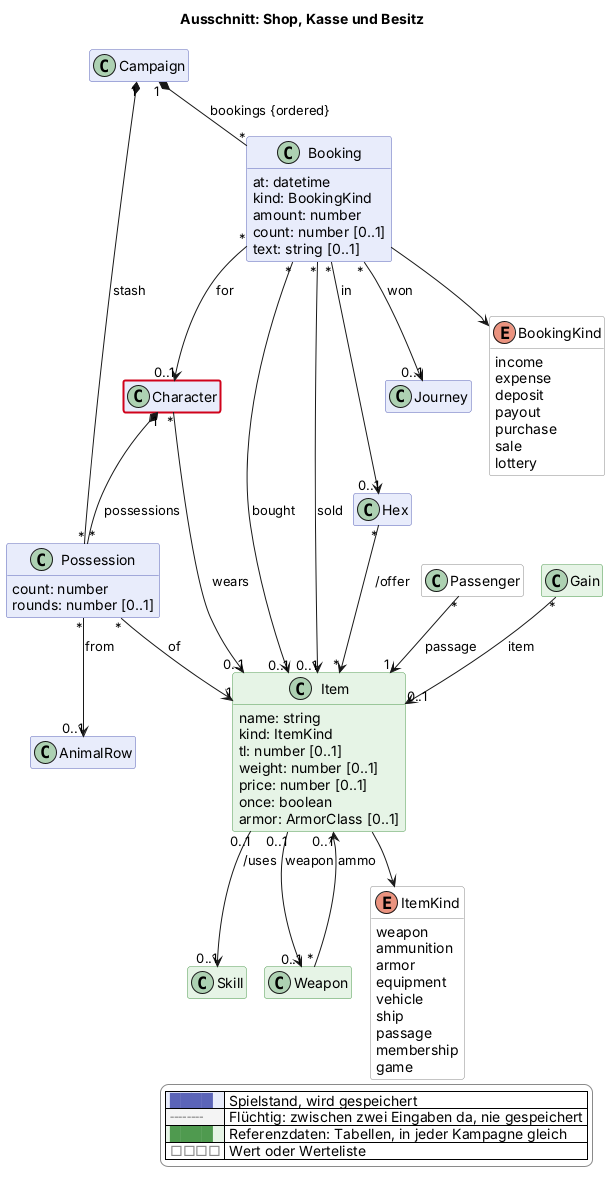
Before: docs/views/shop.png, a diagram exported from PlantUML (scuzzar/SRE).
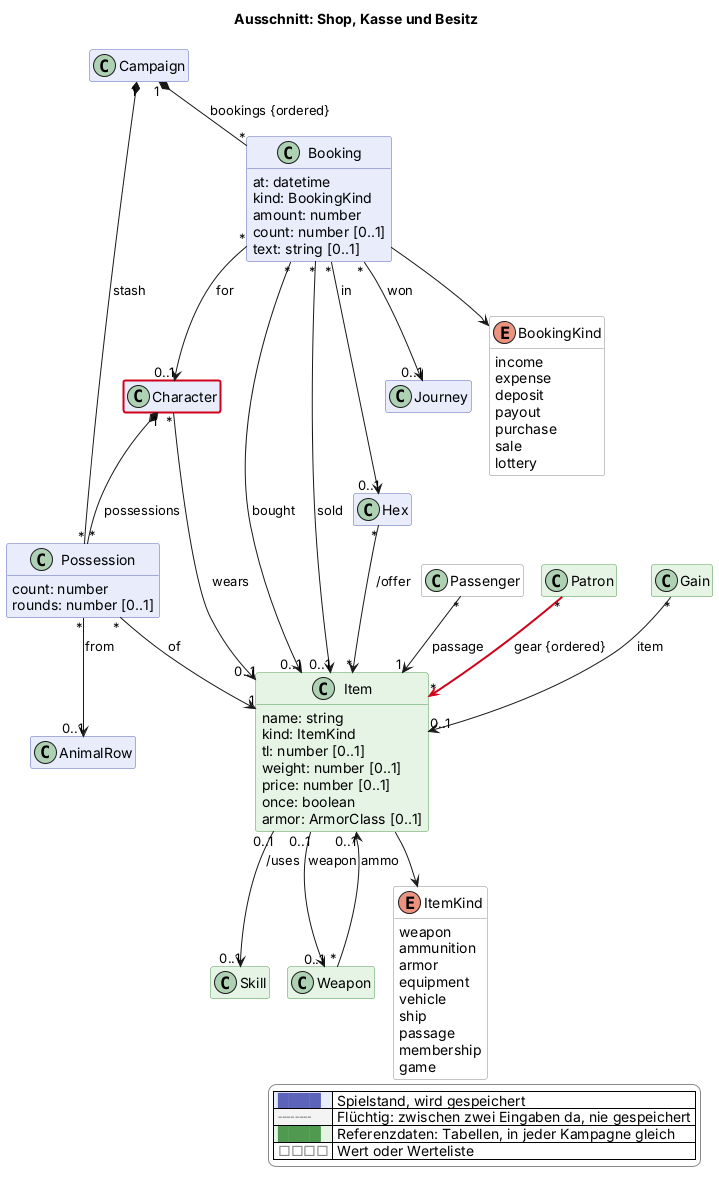
The same diagram one commit later.

Diff of the diagram source:
```diff
@@ -96,6 +96,7 @@
   class Journey $reise
   class Passenger <<value>> $reise
 
+  class Patron <<reference>> $begegnung
   class AnimalRow $begegnung
 
   class Skill <<reference>> $charakter
@@ -146,6 +147,7 @@
 Weapon "*" --> "0..1" Item : ammo
 Hex "*" --> "*" Item : /offer
 
+Patron "*" -$newArrow("2026-11-14")-> "*" Item : gear {ordered}
 Possession "*" --> "0..1" AnimalRow : from
 
 
```
